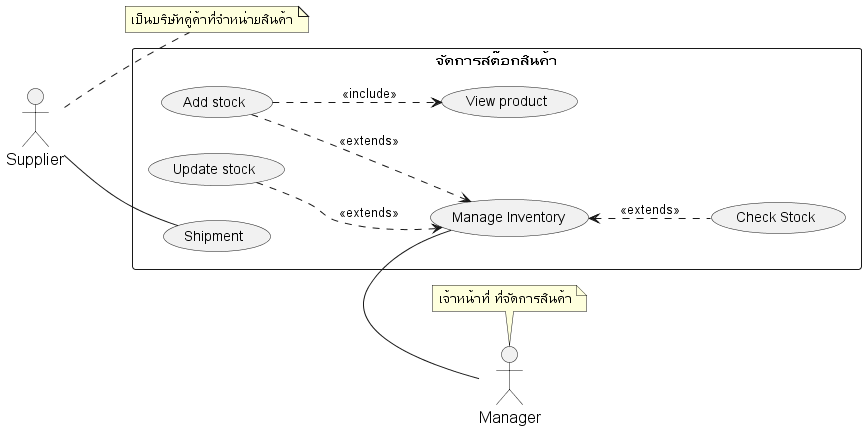
The PlantUML diagram out/system-analysis/usecase/_1_usecase-stock/_1_usecase-stock.png in billowdev/inventory-system-plantuml-sequelize-seeder-example, before a commit. The source it was exported from:
```plantuml
@startuml

skinparam sequence {
    ParticipantFontName Thai
    ParticipantFontSize 16
    ActorFontSize 16
    ActorFontName Thai
}

skinparam Participant{
    FontColor #efefef
    BorderColor #c0c0c0
}
skinparam Sequence{
    ParticipantBorderThickness .5
    LifeLineBorderColor #8a8a8a
}

left to right direction

actor Manager as actorManager
note top of actorManager : เจ้าหน้าที่ ที่จัดการสินค้า
actor Supplier as actorSupplier
note right of actorSupplier : เป็นบริษัทคู่ค้าที่จำหน่ายสินค้า


rectangle "จัดการสต๊อกสินค้า" as manageStock {

    usecase (Manage Inventory) as (usecaseInventory)
    usecase (Check Stock) as (usecaseCheckStock)
    usecase (Add stock) as (usecaseAddStock)
    usecase (Update stock) as (usecaseUpdateStock)
    usecase (View product) as (usecaseViewProduct)

    usecase (Shipment) as (usecaseShipment)


    actorSupplier -down- (usecaseShipment)
    (usecaseInventory) - actorManager

    (usecaseAddStock) ..> (usecaseInventory) : <<extends>>
    (usecaseAddStock) ..> (usecaseViewProduct) : <<include>>
    (usecaseUpdateStock) ..> (usecaseInventory) : <<extends>>
    (usecaseInventory) <.. (usecaseCheckStock) : <<extends>>



}

@enduml
```
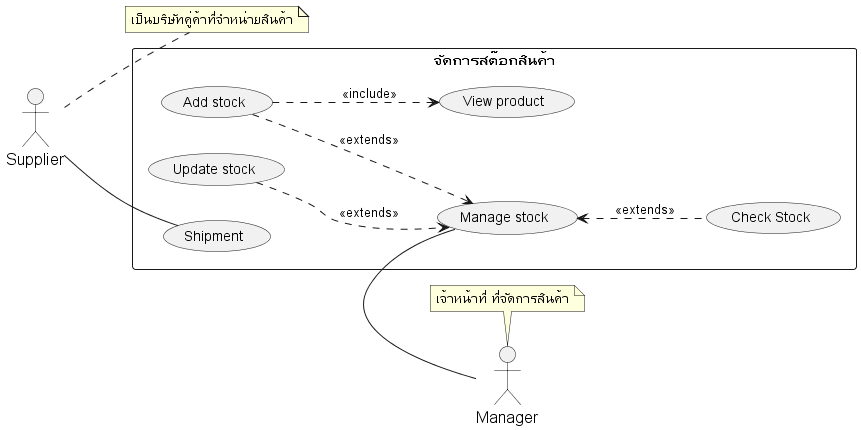
The same diagram one commit later.

The edit, as a diff of the source:
```diff
@@ -26,7 +26,7 @@
 
 rectangle "จัดการสต๊อกสินค้า" as manageStock {
 
-    usecase (Manage Inventory) as (usecaseInventory)
+    usecase (Manage stock) as (usecaseInventory)
     usecase (Check Stock) as (usecaseCheckStock)
     usecase (Add stock) as (usecaseAddStock)
     usecase (Update stock) as (usecaseUpdateStock)
```
